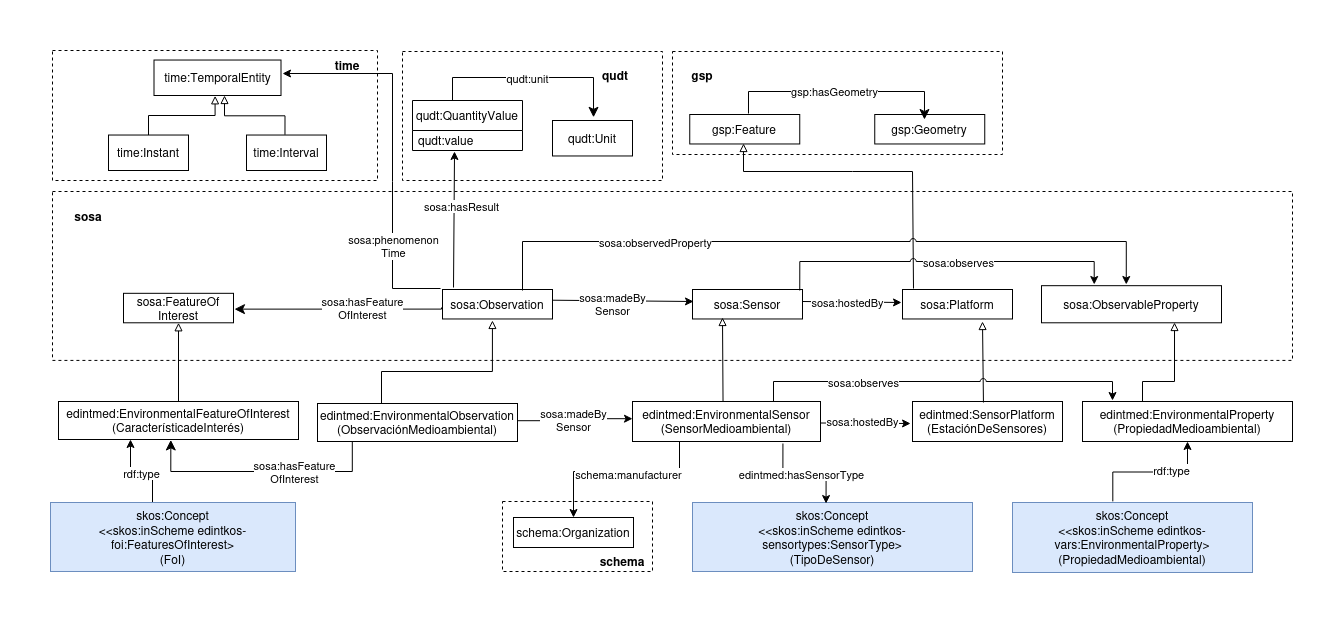
Before: documentation/doc/img/diagram.png, a diagram exported from draw.io (EDINT-Ontologia/edint-ontologia-medio-ambiente). Source tidied: cells renumbered, new cells last; positions are measured from the earlier drawing's top-left corner, leaving out a move shared by most shapes.
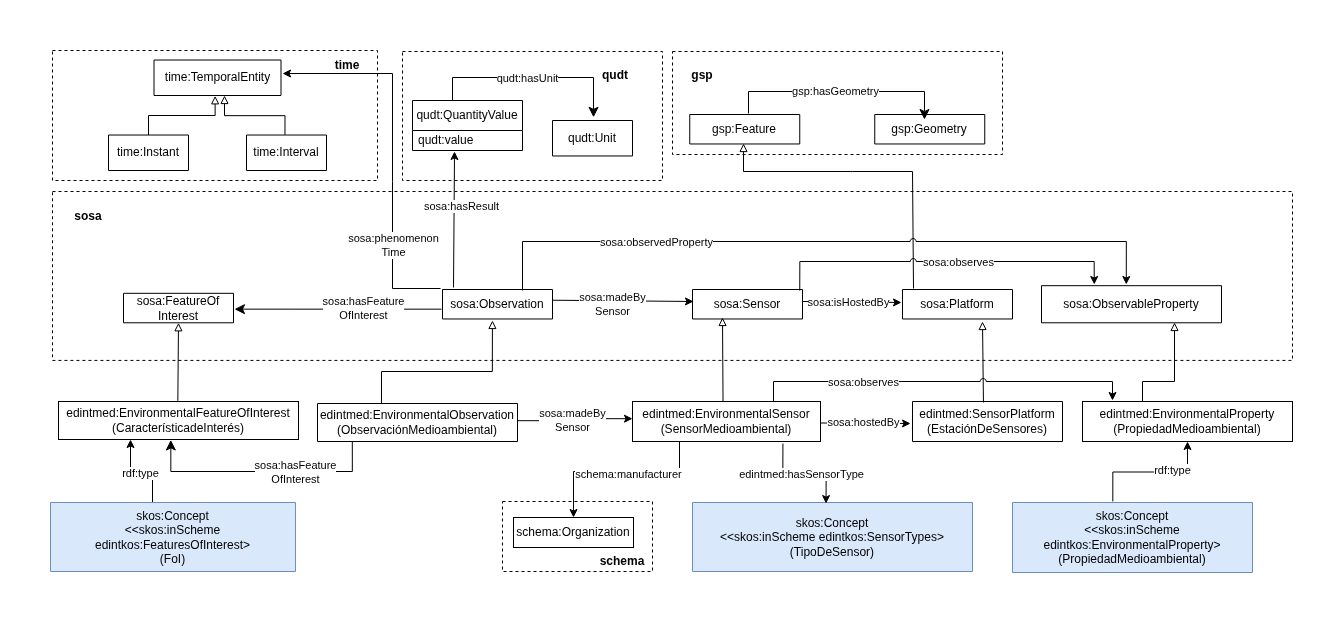
The same file after the commit.

What changed in the source:
```diff
@@ -143,13 +143,13 @@
     <mxCell id="34" value="&lt;font style=&quot;color: rgb(0, 0, 0); direction: ltr; letter-spacing: 0px; line-height: 120%; opacity: 1;&quot;&gt;edintmed:SensorPlatform&lt;/font&gt;&lt;div&gt;&lt;font style=&quot;color: rgb(0, 0, 0); direction: ltr; letter-spacing: 0px; line-height: 120%; opacity: 1;&quot;&gt;(EstaciónDeSensores)&lt;/font&gt;&lt;/div&gt;" style="verticalAlign=middle;align=center;vsdxID=334;shape=(stored shape, 160 characters);labelBackgroundColor=none;rounded=0;html=1;whiteSpace=wrap;fontSize=12;strokeColor=#000000;" parent="1" vertex="1">
       <mxGeometry x="862" y="351" width="150" height="40" as="geometry" />
     </mxCell>
-    <mxCell id="35" value="&lt;div&gt;skos:Concept&lt;/div&gt;&lt;div&gt;&amp;lt;&amp;lt;skos:inScheme edintkos-vars:EnvironmentalProperty&amp;gt;&lt;/div&gt;&lt;div&gt;(PropiedadMedioambiental)&lt;/div&gt;" style="verticalAlign=middle;align=center;vsdxID=334;shape=(stored shape, 160 characters);labelBackgroundColor=none;rounded=0;html=1;whiteSpace=wrap;fillColor=#dae8fc;strokeColor=#6c8ebf;" parent="1" vertex="1">
+    <mxCell id="35" value="&lt;div&gt;skos:Concept&lt;/div&gt;&lt;div&gt;&amp;lt;&amp;lt;skos:inScheme edintkos:EnvironmentalProperty&amp;gt;&lt;/div&gt;&lt;div&gt;(PropiedadMedioambiental)&lt;/div&gt;" style="verticalAlign=middle;align=center;vsdxID=334;shape=(stored shape, 160 characters);labelBackgroundColor=none;rounded=0;html=1;whiteSpace=wrap;fillColor=#dae8fc;strokeColor=#6c8ebf;" parent="1" vertex="1">
       <mxGeometry x="962" y="452" width="240" height="70" as="geometry" />
     </mxCell>
     <mxCell id="36" value="&lt;font style=&quot;color: rgb(0, 0, 0); direction: ltr; letter-spacing: 0px; line-height: 120%; opacity: 1;&quot;&gt;edintmed:EnvironmentalObservation&lt;/font&gt;&lt;div&gt;&lt;font style=&quot;color: rgb(0, 0, 0); direction: ltr; letter-spacing: 0px; line-height: 120%; opacity: 1;&quot;&gt;(ObservaciónMedioambiental)&lt;/font&gt;&lt;/div&gt;" style="verticalAlign=middle;align=center;vsdxID=334;shape=(stored shape, 160 characters);labelBackgroundColor=none;rounded=0;html=1;whiteSpace=wrap;fontSize=12;strokeColor=#000000;" parent="1" vertex="1">
       <mxGeometry x="267" y="353" width="200" height="38" as="geometry" />
     </mxCell>
-    <mxCell id="37" value="&lt;div&gt;skos:Concept&lt;/div&gt;&lt;div&gt;&amp;lt;&amp;lt;skos:inScheme edintkos-sensortypes:SensorType&amp;gt;&lt;/div&gt;&lt;div&gt;(TipoDeSensor)&lt;/div&gt;" style="verticalAlign=middle;align=center;vsdxID=334;shape=(stored shape, 160 characters);labelBackgroundColor=none;rounded=0;html=1;whiteSpace=wrap;fillColor=#dae8fc;strokeColor=#6c8ebf;" parent="1" vertex="1">
+    <mxCell id="37" value="&lt;div&gt;skos:Concept&lt;/div&gt;&lt;div&gt;&amp;lt;&amp;lt;skos:inScheme edintkos:SensorTypes&amp;gt;&lt;/div&gt;&lt;div&gt;(TipoDeSensor)&lt;/div&gt;" style="verticalAlign=middle;align=center;vsdxID=334;shape=(stored shape, 160 characters);labelBackgroundColor=none;rounded=0;html=1;whiteSpace=wrap;fillColor=#dae8fc;strokeColor=#6c8ebf;" parent="1" vertex="1">
       <mxGeometry x="642" y="452" width="280" height="69" as="geometry" />
     </mxCell>
     <mxCell id="38" style="rounded=0;whiteSpace=wrap;html=1;fillColor=none;dashed=1;fontSize=11;strokeColor=#000000;" parent="1" vertex="1">
@@ -171,7 +171,7 @@
         </Array>
       </mxGeometry>
     </mxCell>
-    <mxCell id="42" value="qudt:unit" style="edgeLabel;html=1;align=center;verticalAlign=middle;fontSize=11;" parent="41" vertex="1">
+    <mxCell id="42" value="qudt:hasUnit" style="edgeLabel;html=1;align=center;verticalAlign=middle;fontSize=11;" parent="41" vertex="1">
       <mxGeometry x="0.16" y="1" relative="1" as="geometry">
         <mxPoint x="12" y="-1" as="offset" />
       </mxGeometry>
@@ -253,7 +253,7 @@
         <mxPoint x="752" y="251" as="sourcePoint" />
       </mxGeometry>
     </mxCell>
-    <mxCell id="60" value="sosa:hostedBy" style="edgeLabel;html=1;align=center;verticalAlign=middle;" parent="59" vertex="1">
+    <mxCell id="60" value="sosa:isHostedBy" style="edgeLabel;html=1;align=center;verticalAlign=middle;" parent="59" vertex="1">
       <mxGeometry x="-0.09" relative="1" as="geometry" />
     </mxCell>
     <mxCell id="61" style="edgeStyle=orthogonalEdgeStyle;rounded=0;jettySize=auto;html=1;entryX=0.471;entryY=-0.032;entryDx=0;entryDy=0;entryPerimeter=0;fontColor=#009900;strokeColor=light-dark(#000000,#000000);jumpStyle=arc;" parent="1" edge="1" target="20">
@@ -324,7 +324,7 @@
     <mxCell id="73" value="rdf:type" style="edgeLabel;html=1;align=center;verticalAlign=middle;" parent="72" vertex="1">
       <mxGeometry x="0.01" y="1" relative="1" as="geometry" />
     </mxCell>
-    <mxCell id="74" value="&lt;div&gt;skos:Concept&lt;/div&gt;&lt;div&gt;&amp;lt;&amp;lt;skos:inScheme edintkos-foi:FeaturesOfInterest&amp;gt;&lt;/div&gt;&lt;div&gt;(FoI)&lt;/div&gt;" style="verticalAlign=middle;align=center;vsdxID=334;shape=(stored shape, 160 characters);labelBackgroundColor=none;rounded=0;html=1;whiteSpace=wrap;fillColor=#dae8fc;strokeColor=#6c8ebf;" parent="1" vertex="1">
+    <mxCell id="74" value="&lt;div&gt;skos:Concept&lt;/div&gt;&lt;div&gt;&amp;lt;&amp;lt;skos:inScheme edintkos:FeaturesOfInterest&amp;gt;&lt;/div&gt;&lt;div&gt;(FoI)&lt;/div&gt;" style="verticalAlign=middle;align=center;vsdxID=334;shape=(stored shape, 160 characters);labelBackgroundColor=none;rounded=0;html=1;whiteSpace=wrap;fillColor=#dae8fc;strokeColor=#6c8ebf;" parent="1" vertex="1">
       <mxGeometry y="452" width="245" height="69" as="geometry" />
     </mxCell>
     <mxCell id="75" style="edgeStyle=orthogonalEdgeStyle;rounded=0;jettySize=auto;html=1;endArrow=block;endFill=0;" parent="1" edge="1" source="76" target="5">
```
